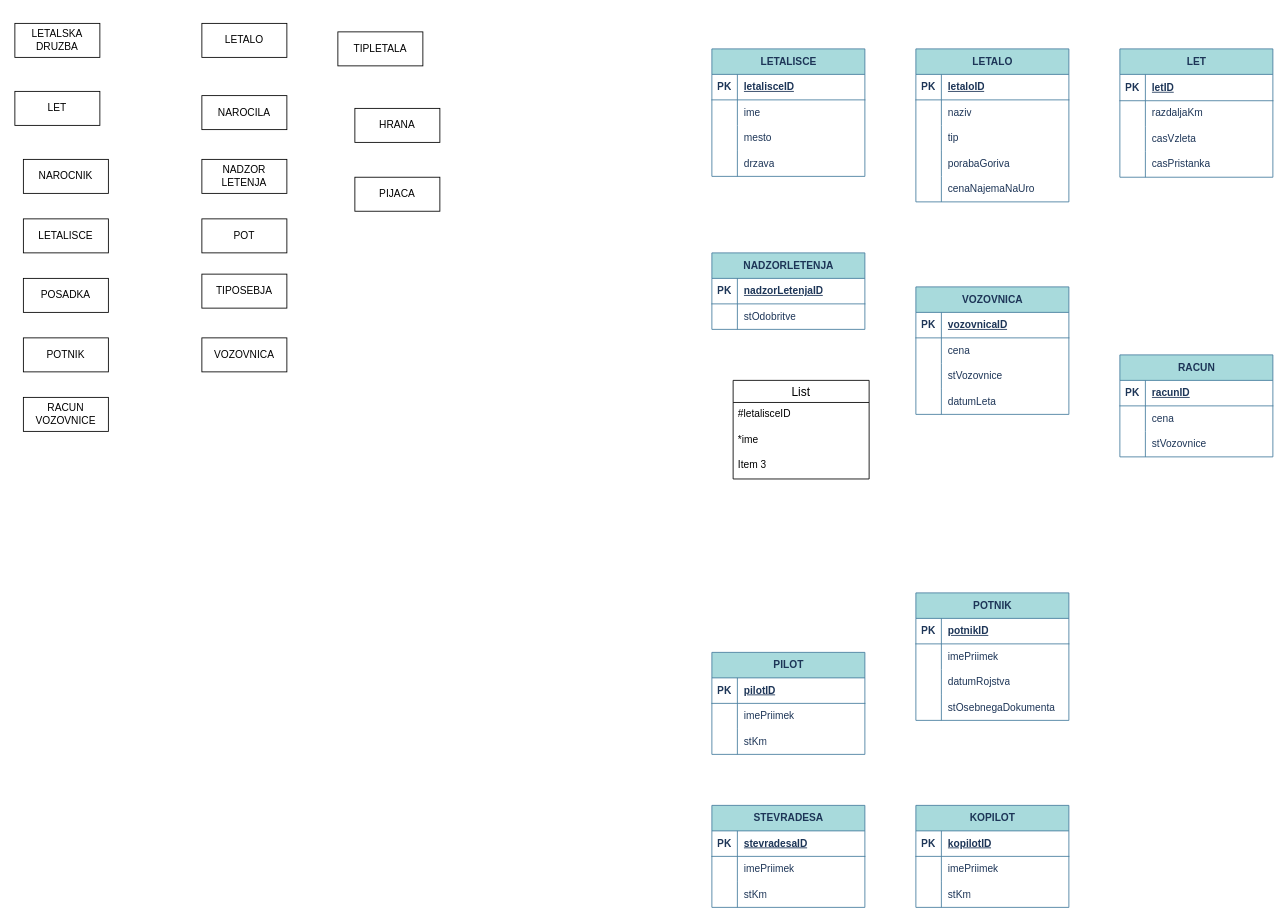
The draw.io diagram Untitled Diagram.drawio in money-beep/pb, before the edit. Source tidied: cells renumbered, new cells numbered last; positions are measured from the earlier drawing's top-left corner, leaving out a move shared by most shapes. Both pictures are drawn from the tidied source at 85%, with x=0, y=0 at pixel (14, 23).
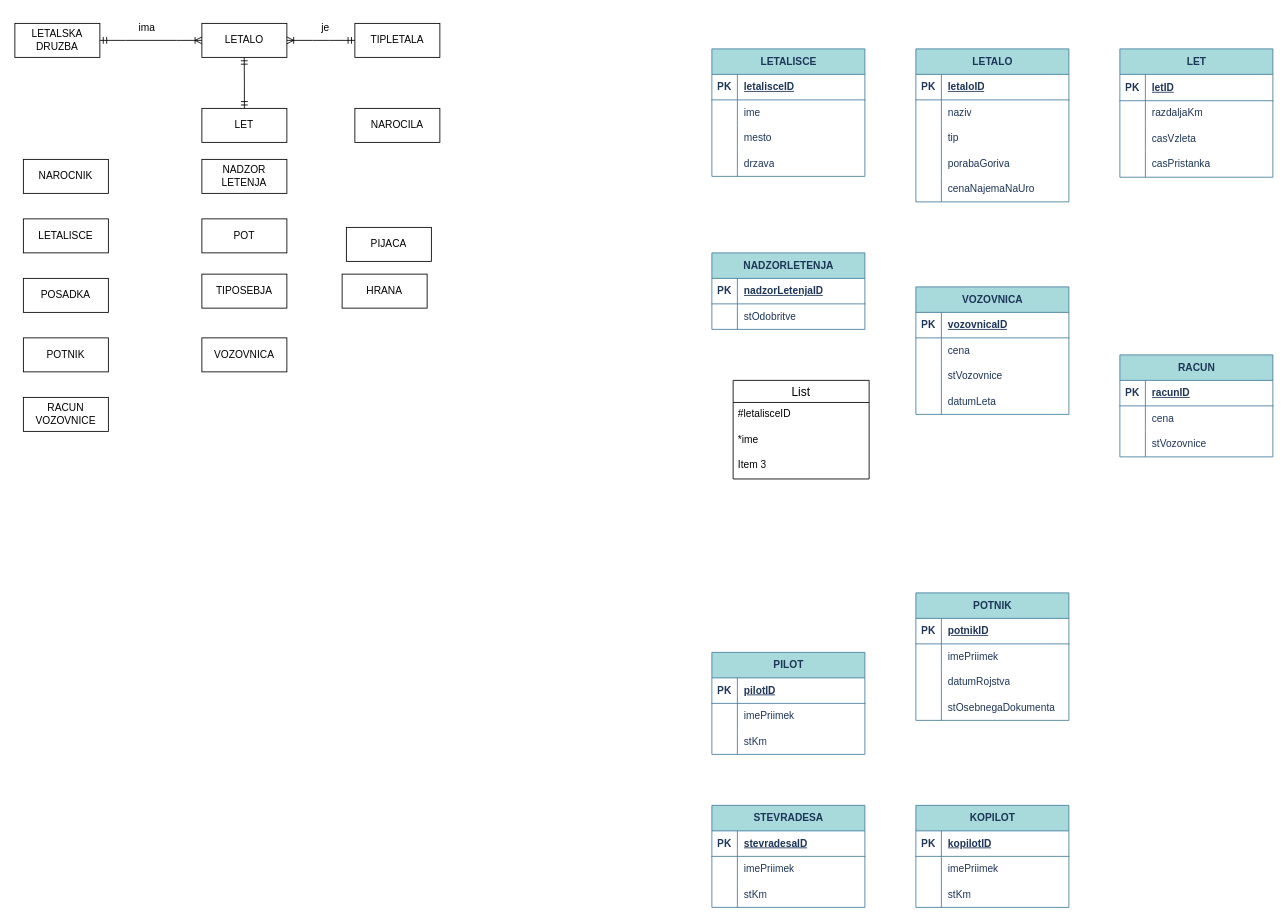
After the change.

Unchanged cells that the change refers to:
```xml
<mxCell id="121" value="LETALSKA DRUZBA" style="whiteSpace=wrap;html=1;align=center;" parent="1" vertex="1">
  <mxGeometry width="100" height="40" as="geometry" />
</mxCell>
<mxCell id="122" value="LETALO" style="whiteSpace=wrap;html=1;align=center;" parent="1" vertex="1">
  <mxGeometry x="220" width="100" height="40" as="geometry" />
</mxCell>
```

Diff of the diagram source:
```diff
@@
     <mxCell id="123" value="LET" style="whiteSpace=wrap;html=1;align=center;" parent="1" vertex="1">
-      <mxGeometry y="80" width="100" height="40" as="geometry" />
+      <mxGeometry x="220" y="100" width="100" height="40" as="geometry" />
     </mxCell>
     <mxCell id="124" value="NAROCILA" style="whiteSpace=wrap;html=1;align=center;" parent="1" vertex="1">
-      <mxGeometry x="220" y="85" width="100" height="40" as="geometry" />
+      <mxGeometry x="400" y="100" width="100" height="40" as="geometry" />
     </mxCell>
@@
     <mxCell id="131" value="TIPLETALA" style="whiteSpace=wrap;html=1;align=center;" parent="1" vertex="1">
-      <mxGeometry x="380" y="10" width="100" height="40" as="geometry" />
+      <mxGeometry x="400" width="100" height="40" as="geometry" />
     </mxCell>
@@
     <mxCell id="135" value="HRANA" style="whiteSpace=wrap;html=1;align=center;" parent="1" vertex="1">
-      <mxGeometry x="400" y="100" width="100" height="40" as="geometry" />
+      <mxGeometry x="385" y="295" width="100" height="40" as="geometry" />
     </mxCell>
     <mxCell id="136" value="PIJACA" style="whiteSpace=wrap;html=1;align=center;" parent="1" vertex="1">
-      <mxGeometry x="400" y="181" width="100" height="40" as="geometry" />
+      <mxGeometry x="390" y="240" width="100" height="40" as="geometry" />
     </mxCell>
+    <mxCell id="137" style="edgeStyle=entityRelationEdgeStyle;fontSize=12;html=1;endArrow=ERoneToMany;startArrow=ERmandOne;rounded=0;exitX=1;exitY=0.5;exitDx=0;exitDy=0;entryX=0;entryY=0.5;entryDx=0;entryDy=0;" parent="1" edge="1" source="121" target="122">
+      <mxGeometry relative="1" as="geometry" />
+    </mxCell>
+    <mxCell id="138" value="ima" style="text;html=1;align=center;verticalAlign=middle;strokeColor=none;fillColor=none;" parent="1" vertex="1">
+      <mxGeometry x="135" y="-10" width="40" height="30" as="geometry" />
+    </mxCell>
+    <mxCell id="139" style="edgeStyle=entityRelationEdgeStyle;fontSize=12;html=1;endArrow=ERoneToMany;startArrow=ERmandOne;rounded=0;entryX=1;entryY=0.5;entryDx=0;entryDy=0;exitX=0;exitY=0.5;exitDx=0;exitDy=0;" parent="1" edge="1" source="131" target="122">
+      <mxGeometry relative="1" as="geometry" />
+    </mxCell>
+    <mxCell id="140" value="je" style="text;html=1;align=center;verticalAlign=middle;strokeColor=none;fillColor=none;" parent="1" vertex="1">
+      <mxGeometry x="350" y="-10" width="30" height="30" as="geometry" />
+    </mxCell>
+    <mxCell id="141" style="edgeStyle=elbowEdgeStyle;fontSize=12;html=1;endArrow=ERmandOne;startArrow=ERmandOne;rounded=0;elbow=vertical;" parent="1" edge="1">
+      <mxGeometry relative="1" as="geometry">
+        <mxPoint x="270" y="100" as="sourcePoint" />
+        <mxPoint x="269.8" y="40" as="targetPoint" />
+      </mxGeometry>
+    </mxCell>
```
